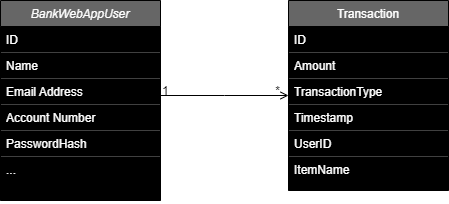
Above: readme/BankWebAppClassDiagram.png in Koaestro/BankWebApp (draw.io), before the change. Source tidied: cells renumbered, new cells last; positions are measured from the earlier drawing's top-left corner, leaving out a move shared by most shapes.
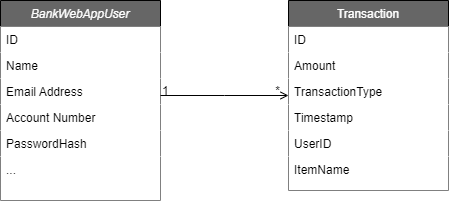
Later version of the same file.

What changed in the source:
```diff
@@ -5,43 +5,43 @@
     <mxCell id="2" value="BankWebAppUser" style="swimlane;fontStyle=2;align=center;verticalAlign=top;horizontal=1;startSize=26;rounded=0;shadow=0;strokeWidth=1;fontColor=#FFFFFF;fillColor=#666666;" parent="1" vertex="1">
       <mxGeometry width="160" height="200" as="geometry" />
     </mxCell>
-    <mxCell id="3" value="ID" style="text;align=left;verticalAlign=top;spacingLeft=4;spacingRight=4;overflow=hidden;fillColor=#000000;fontColor=#FFFFFF;" parent="2" vertex="1">
+    <mxCell id="3" value="ID" style="text;align=left;verticalAlign=top;spacingLeft=4;spacingRight=4;overflow=hidden;fillColor=#FFFFFF;fontColor=#000000;" parent="2" vertex="1">
       <mxGeometry y="26" width="160" height="26" as="geometry" />
     </mxCell>
-    <mxCell id="4" value="Name" style="text;align=left;verticalAlign=top;spacingLeft=4;spacingRight=4;overflow=hidden;rounded=0;shadow=0;html=0;fillColor=#000000;fontColor=#FFFFFF;" parent="2" vertex="1">
+    <mxCell id="4" value="Name" style="text;align=left;verticalAlign=top;spacingLeft=4;spacingRight=4;overflow=hidden;rounded=0;shadow=0;html=0;fillColor=#FFFFFF;fontColor=#000000;" parent="2" vertex="1">
       <mxGeometry y="52" width="160" height="26" as="geometry" />
     </mxCell>
-    <mxCell id="5" value="Email Address" style="text;align=left;verticalAlign=top;spacingLeft=4;spacingRight=4;overflow=hidden;rounded=0;shadow=0;html=0;fillColor=#000000;fontColor=#FFFFFF;" parent="2" vertex="1">
+    <mxCell id="5" value="Email Address" style="text;align=left;verticalAlign=top;spacingLeft=4;spacingRight=4;overflow=hidden;rounded=0;shadow=0;html=0;fillColor=#FFFFFF;fontColor=#000000;" parent="2" vertex="1">
       <mxGeometry y="78" width="160" height="26" as="geometry" />
     </mxCell>
-    <mxCell id="6" value="Account Number" style="text;align=left;verticalAlign=top;spacingLeft=4;spacingRight=4;overflow=hidden;rounded=0;shadow=0;html=0;fillColor=#000000;fontColor=#FFFFFF;" parent="2" vertex="1">
+    <mxCell id="6" value="Account Number" style="text;align=left;verticalAlign=top;spacingLeft=4;spacingRight=4;overflow=hidden;rounded=0;shadow=0;html=0;fillColor=#FFFFFF;fontColor=#000000;" parent="2" vertex="1">
       <mxGeometry y="104" width="160" height="26" as="geometry" />
     </mxCell>
-    <mxCell id="7" value="PasswordHash" style="text;align=left;verticalAlign=top;spacingLeft=4;spacingRight=4;overflow=hidden;rounded=0;shadow=0;html=0;fillColor=#000000;fontColor=#FFFFFF;" parent="2" vertex="1">
+    <mxCell id="7" value="PasswordHash" style="text;align=left;verticalAlign=top;spacingLeft=4;spacingRight=4;overflow=hidden;rounded=0;shadow=0;html=0;fillColor=#FFFFFF;fontColor=#000000;" parent="2" vertex="1">
       <mxGeometry y="130" width="160" height="26" as="geometry" />
     </mxCell>
-    <mxCell id="8" value="..." style="text;align=left;verticalAlign=top;spacingLeft=4;spacingRight=4;overflow=hidden;rounded=0;shadow=0;html=0;fillColor=#000000;fontColor=#FFFFFF;" parent="2" vertex="1">
+    <mxCell id="8" value="..." style="text;align=left;verticalAlign=top;spacingLeft=4;spacingRight=4;overflow=hidden;rounded=0;shadow=0;html=0;fillColor=#FFFFFF;fontColor=#000000;" parent="2" vertex="1">
       <mxGeometry y="156" width="160" height="44" as="geometry" />
     </mxCell>
     <mxCell id="9" value="Transaction" style="swimlane;fontStyle=0;align=center;verticalAlign=top;horizontal=1;startSize=26;rounded=0;shadow=0;strokeWidth=1;fontColor=#FFFFFF;fillColor=#666666;" parent="1" vertex="1">
       <mxGeometry x="288" width="160" height="190" as="geometry" />
     </mxCell>
-    <mxCell id="10" value="ID" style="text;align=left;verticalAlign=top;spacingLeft=4;spacingRight=4;overflow=hidden;fillColor=#000000;fontColor=#FFFFFF;" parent="9" vertex="1">
+    <mxCell id="10" value="ID" style="text;align=left;verticalAlign=top;spacingLeft=4;spacingRight=4;overflow=hidden;fillColor=#FFFFFF;fontColor=#000000;" parent="9" vertex="1">
       <mxGeometry y="26" width="160" height="26" as="geometry" />
     </mxCell>
-    <mxCell id="11" value="Amount" style="text;align=left;verticalAlign=top;spacingLeft=4;spacingRight=4;overflow=hidden;rounded=0;shadow=0;html=0;fillColor=#000000;fontColor=#FFFFFF;" parent="9" vertex="1">
+    <mxCell id="11" value="Amount" style="text;align=left;verticalAlign=top;spacingLeft=4;spacingRight=4;overflow=hidden;rounded=0;shadow=0;html=0;fillColor=#FFFFFF;fontColor=#000000;" parent="9" vertex="1">
       <mxGeometry y="52" width="160" height="26" as="geometry" />
     </mxCell>
-    <mxCell id="12" value="TransactionType" style="text;align=left;verticalAlign=top;spacingLeft=4;spacingRight=4;overflow=hidden;rounded=0;shadow=0;html=0;fillColor=#000000;fontColor=#FFFFFF;" parent="9" vertex="1">
+    <mxCell id="12" value="TransactionType" style="text;align=left;verticalAlign=top;spacingLeft=4;spacingRight=4;overflow=hidden;rounded=0;shadow=0;html=0;fillColor=#FFFFFF;fontColor=#000000;" parent="9" vertex="1">
       <mxGeometry y="78" width="160" height="26" as="geometry" />
     </mxCell>
-    <mxCell id="13" value="Timestamp    " style="text;align=left;verticalAlign=top;spacingLeft=4;spacingRight=4;overflow=hidden;rounded=0;shadow=0;html=0;fillColor=#000000;fontColor=#FFFFFF;" parent="9" vertex="1">
+    <mxCell id="13" value="Timestamp    " style="text;align=left;verticalAlign=top;spacingLeft=4;spacingRight=4;overflow=hidden;rounded=0;shadow=0;html=0;fillColor=#FFFFFF;fontColor=#000000;" parent="9" vertex="1">
       <mxGeometry y="104" width="160" height="26" as="geometry" />
     </mxCell>
-    <mxCell id="14" value="UserID" style="text;align=left;verticalAlign=top;spacingLeft=4;spacingRight=4;overflow=hidden;rounded=0;shadow=0;html=0;fillColor=#000000;fontColor=#FFFFFF;" parent="9" vertex="1">
+    <mxCell id="14" value="UserID" style="text;align=left;verticalAlign=top;spacingLeft=4;spacingRight=4;overflow=hidden;rounded=0;shadow=0;html=0;fillColor=#FFFFFF;fontColor=#000000;" parent="9" vertex="1">
       <mxGeometry y="130" width="160" height="26" as="geometry" />
     </mxCell>
-    <mxCell id="15" value="ItemName" style="text;align=left;verticalAlign=top;spacingLeft=4;spacingRight=4;overflow=hidden;rounded=0;shadow=0;html=0;fillColor=#000000;fontColor=#FFFFFF;" parent="9" vertex="1">
+    <mxCell id="15" value="ItemName" style="text;align=left;verticalAlign=top;spacingLeft=4;spacingRight=4;overflow=hidden;rounded=0;shadow=0;html=0;fillColor=#FFFFFF;fontColor=#000000;" parent="9" vertex="1">
       <mxGeometry y="156" width="160" height="34" as="geometry" />
     </mxCell>
     <mxCell id="16" style="endArrow=open;shadow=0;strokeWidth=1;rounded=0;curved=0;endFill=1;edgeStyle=elbowEdgeStyle;elbow=vertical;" parent="1" edge="1" source="2" target="9">
```
